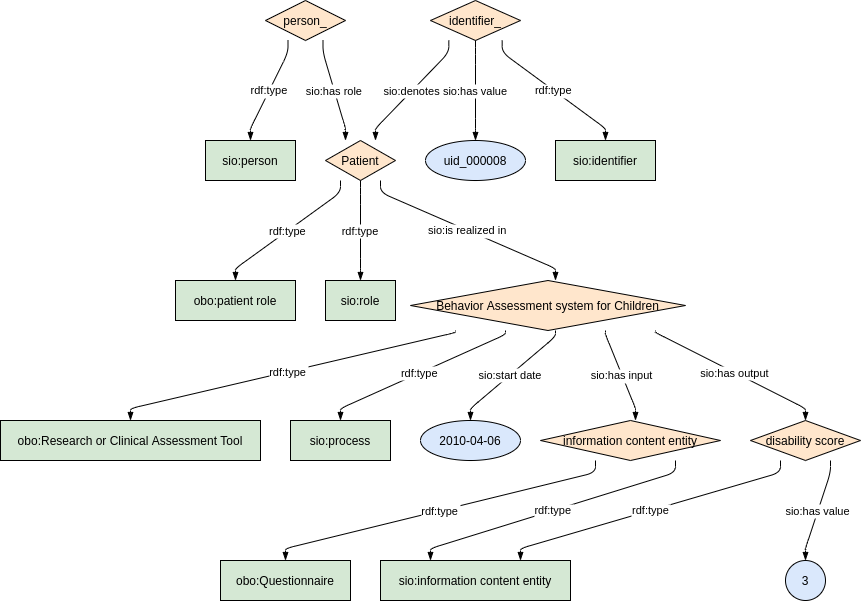
Before: images/rdf/10_Disability.png, a diagram exported from draw.io (ejp-rd-vp/ERN-common-data-elements). Source tidied: cells renumbered, new cells last; positions are measured from the earlier drawing's top-left corner, leaving out a move shared by most shapes.
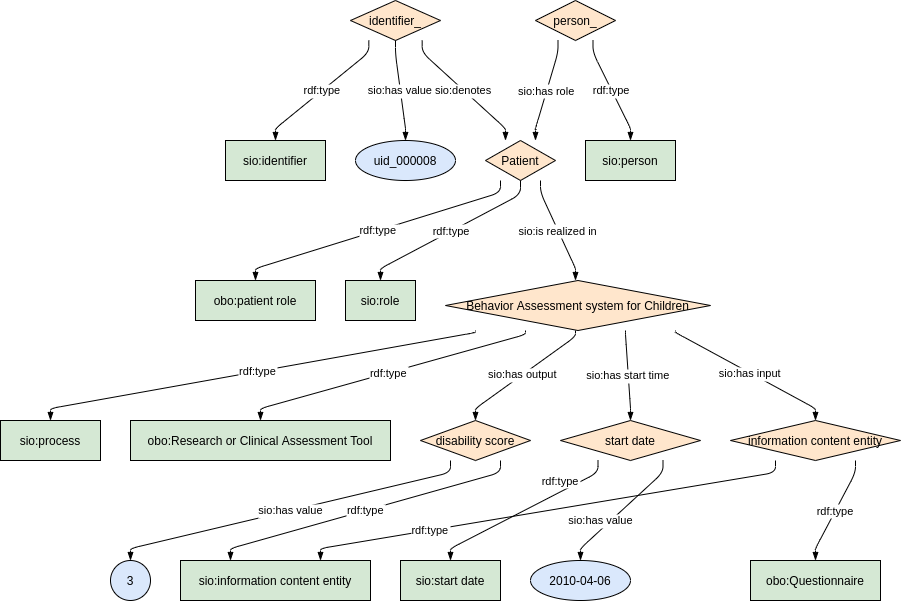
Above is the later version.

Commit message:
New images after date structure revision

Diff of the diagram source:
```diff
@@ -2,226 +2,252 @@
   <root>
     <mxCell id="0" />
     <mxCell id="1" parent="0" />
-    <object id="2" label="%name%" name="Patient" placeholders="1">
-      <mxCell style="shape=rhombus;fillColor=#FFE6CC;strokeColor=#000000;" parent="1" vertex="1">
-        <mxGeometry x="325" y="140" width="70" height="40" as="geometry" />
-      </mxCell>
-    </object>
-    <object id="3" label="%name%" name="disability score" placeholders="1">
-      <mxCell style="shape=rhombus;fillColor=#FFE6CC;strokeColor=#000000;" parent="1" vertex="1">
-        <mxGeometry x="750" y="420" width="110" height="40" as="geometry" />
-      </mxCell>
-    </object>
-    <object id="4" label="%name%" name="3" placeholders="1">
-      <mxCell style="shape=ellipse;fillColor=#DAE8FC;strokeColor=#000000;" parent="1" vertex="1">
-        <mxGeometry x="785" y="560" width="40" height="40" as="geometry" />
-      </mxCell>
-    </object>
-    <object id="5" label="%name%" name="Behavior Assessment system for Children" placeholders="1">
-      <mxCell style="shape=rhombus;fillColor=#FFE6CC;strokeColor=#000000;" parent="1" vertex="1">
-        <mxGeometry x="410" y="280" width="275" height="50" as="geometry" />
-      </mxCell>
-    </object>
-    <object id="6" label="%name%" name="obo:Research or Clinical Assessment Tool" placeholders="1">
-      <mxCell style="shape=rounded;fillColor=#d5e8d4;strokeColor=#000000;" parent="1" vertex="1">
-        <mxGeometry y="420" width="260" height="40" as="geometry" />
-      </mxCell>
-    </object>
-    <object id="7" label="%name%" name="information content entity" placeholders="1">
-      <mxCell style="shape=rhombus;fillColor=#FFE6CC;strokeColor=#000000;" parent="1" vertex="1">
-        <mxGeometry x="540" y="420" width="180" height="40" as="geometry" />
-      </mxCell>
-    </object>
-    <object id="8" label="%name%" name="obo:Questionnaire" placeholders="1">
-      <mxCell style="shape=rounded;fillColor=#d5e8d4;strokeColor=#000000;" parent="1" vertex="1">
-        <mxGeometry x="220" y="560" width="130" height="40" as="geometry" />
-      </mxCell>
-    </object>
-    <object id="9" label="%name%" name="person_" placeholders="1">
-      <mxCell style="shape=rhombus;fillColor=#FFE6CC;strokeColor=#000000;" parent="1" vertex="1">
-        <mxGeometry x="265" width="80" height="40" as="geometry" />
-      </mxCell>
-    </object>
-    <object id="10" label="%name%" name="sio:person" placeholders="1">
-      <mxCell style="shape=rounded;fillColor=#d5e8d4;strokeColor=#000000;" parent="1" vertex="1">
-        <mxGeometry x="205" y="140" width="90" height="40" as="geometry" />
-      </mxCell>
-    </object>
-    <object id="11" label="%name%" name="sio:process" placeholders="1">
-      <mxCell style="shape=rounded;fillColor=#d5e8d4;strokeColor=#000000;" parent="1" vertex="1">
-        <mxGeometry x="290" y="420" width="100" height="40" as="geometry" />
-      </mxCell>
-    </object>
-    <object id="12" label="%name%" name="sio:information content entity" placeholders="1">
-      <mxCell style="shape=rounded;fillColor=#d5e8d4;strokeColor=#000000;" parent="1" vertex="1">
-        <mxGeometry x="380" y="560" width="190" height="40" as="geometry" />
-      </mxCell>
-    </object>
-    <object id="13" label="%name%" name="2010-04-06" placeholders="1">
-      <mxCell style="shape=ellipse;fillColor=#DAE8FC;strokeColor=#000000;" parent="1" vertex="1">
-        <mxGeometry x="420" y="420" width="100" height="40" as="geometry" />
-      </mxCell>
-    </object>
-    <object id="14" label="%name%" name="identifier_" placeholders="1">
-      <mxCell style="shape=rhombus;fillColor=#FFE6CC;strokeColor=#000000;" parent="1" vertex="1">
-        <mxGeometry x="430" width="90" height="40" as="geometry" />
-      </mxCell>
-    </object>
-    <object id="15" label="%name%" name="sio:identifier" placeholders="1">
-      <mxCell style="shape=rounded;fillColor=#d5e8d4;strokeColor=#000000;" parent="1" vertex="1">
-        <mxGeometry x="555" y="140" width="100" height="40" as="geometry" />
-      </mxCell>
-    </object>
-    <object id="16" label="%name%" name="obo:patient role" placeholders="1">
-      <mxCell style="shape=rounded;fillColor=#d5e8d4;strokeColor=#000000;" parent="1" vertex="1">
-        <mxGeometry x="175" y="280" width="120" height="40" as="geometry" />
-      </mxCell>
-    </object>
-    <object id="17" label="%name%" name="uid_000008" placeholders="1">
-      <mxCell style="shape=ellipse;fillColor=#DAE8FC;strokeColor=#000000;" parent="1" vertex="1">
-        <mxGeometry x="425" y="140" width="100" height="40" as="geometry" />
-      </mxCell>
-    </object>
-    <object id="18" label="%name%" name="sio:role" placeholders="1">
-      <mxCell style="shape=rounded;fillColor=#d5e8d4;strokeColor=#000000;" parent="1" vertex="1">
-        <mxGeometry x="325" y="280" width="70" height="40" as="geometry" />
-      </mxCell>
-    </object>
-    <mxCell id="19" value="sio:has value" style="curved=0;endArrow=blockThin;endFill=1;noEdgeStyle=1;orthogonal=1;" parent="1" edge="1" source="3" target="4">
-      <mxGeometry relative="1" as="geometry">
-        <Array as="points">
-          <mxPoint x="830" y="472" />
-          <mxPoint x="805" y="548" />
-        </Array>
-      </mxGeometry>
-    </mxCell>
-    <mxCell id="20" value="sio:has value" style="curved=0;endArrow=blockThin;endFill=1;noEdgeStyle=1;orthogonal=1;" parent="1" edge="1" source="14" target="17">
-      <mxGeometry relative="1" as="geometry">
-        <Array as="points">
-          <mxPoint x="475" y="54" />
-          <mxPoint x="475" y="128" />
-        </Array>
-      </mxGeometry>
-    </mxCell>
-    <mxCell id="21" value="rdf:type" style="curved=0;endArrow=blockThin;endFill=1;noEdgeStyle=1;orthogonal=1;" parent="1" edge="1" source="5" target="6">
-      <mxGeometry relative="1" as="geometry">
-        <Array as="points">
-          <mxPoint x="455" y="332" />
-          <mxPoint x="130" y="408" />
-        </Array>
-      </mxGeometry>
-    </mxCell>
-    <mxCell id="22" value="rdf:type" style="curved=0;endArrow=blockThin;endFill=1;noEdgeStyle=1;orthogonal=1;" parent="1" edge="1" source="7" target="8">
-      <mxGeometry relative="1" as="geometry">
-        <Array as="points">
-          <mxPoint x="595" y="472" />
-          <mxPoint x="285" y="548" />
-        </Array>
-      </mxGeometry>
-    </mxCell>
-    <mxCell id="23" value="rdf:type" style="curved=0;endArrow=blockThin;endFill=1;noEdgeStyle=1;orthogonal=1;" parent="1" edge="1" source="9" target="10">
-      <mxGeometry relative="1" as="geometry">
-        <Array as="points">
-          <mxPoint x="287.5" y="52" />
-          <mxPoint x="250" y="128" />
-        </Array>
-      </mxGeometry>
-    </mxCell>
-    <mxCell id="24" value="rdf:type" style="curved=0;endArrow=blockThin;endFill=1;noEdgeStyle=1;orthogonal=1;" parent="1" edge="1" source="5" target="11">
-      <mxGeometry relative="1" as="geometry">
-        <Array as="points">
-          <mxPoint x="505" y="334" />
-          <mxPoint x="340" y="408" />
-        </Array>
-      </mxGeometry>
-    </mxCell>
-    <mxCell id="25" value="rdf:type" style="curved=0;endArrow=blockThin;endFill=1;noEdgeStyle=1;orthogonal=1;" parent="1" edge="1" source="3" target="12">
-      <mxGeometry relative="1" as="geometry">
-        <Array as="points">
-          <mxPoint x="780" y="472" />
-          <mxPoint x="520" y="548" />
-        </Array>
-      </mxGeometry>
-    </mxCell>
-    <mxCell id="26" value="rdf:type" style="curved=0;endArrow=blockThin;endFill=1;noEdgeStyle=1;orthogonal=1;" parent="1" edge="1" source="7" target="12">
-      <mxGeometry relative="1" as="geometry">
-        <Array as="points">
-          <mxPoint x="675" y="472" />
-          <mxPoint x="430" y="548" />
-        </Array>
-      </mxGeometry>
-    </mxCell>
-    <mxCell id="27" value="rdf:type" style="curved=0;endArrow=blockThin;endFill=1;noEdgeStyle=1;orthogonal=1;" parent="1" edge="1" source="14" target="15">
-      <mxGeometry relative="1" as="geometry">
-        <Array as="points">
-          <mxPoint x="501.7" y="52" />
-          <mxPoint x="605" y="128" />
-        </Array>
-      </mxGeometry>
-    </mxCell>
-    <mxCell id="28" value="rdf:type" style="curved=0;endArrow=blockThin;endFill=1;noEdgeStyle=1;orthogonal=1;" parent="1" edge="1" source="2" target="16">
-      <mxGeometry relative="1" as="geometry">
-        <Array as="points">
-          <mxPoint x="340" y="192" />
-          <mxPoint x="235" y="268" />
-        </Array>
-      </mxGeometry>
-    </mxCell>
-    <mxCell id="29" value="rdf:type" style="curved=0;endArrow=blockThin;endFill=1;noEdgeStyle=1;orthogonal=1;" parent="1" edge="1" source="2" target="18">
-      <mxGeometry relative="1" as="geometry">
-        <Array as="points">
-          <mxPoint x="360" y="194" />
-          <mxPoint x="360" y="268" />
-        </Array>
-      </mxGeometry>
-    </mxCell>
-    <mxCell id="30" value="sio:start date" style="curved=0;endArrow=blockThin;endFill=1;noEdgeStyle=1;orthogonal=1;" parent="1" edge="1" source="5" target="13">
-      <mxGeometry relative="1" as="geometry">
-        <Array as="points">
-          <mxPoint x="555" y="336" />
-          <mxPoint x="470" y="408" />
-        </Array>
-      </mxGeometry>
-    </mxCell>
+    <object id="36" label="%name%" name="Patient" placeholders="1">
+      <mxCell style="shape=rhombus;fillColor=#FFE6CC;strokeColor=#000000;" parent="1" vertex="1">
+        <mxGeometry x="485" y="140" width="70" height="40" as="geometry" />
+      </mxCell>
+    </object>
+    <object id="37" label="%name%" name="obo:patient role" placeholders="1">
+      <mxCell style="shape=rounded;fillColor=#d5e8d4;strokeColor=#000000;" parent="1" vertex="1">
+        <mxGeometry x="195" y="280" width="120" height="40" as="geometry" />
+      </mxCell>
+    </object>
+    <object id="38" label="%name%" name="Behavior Assessment system for Children" placeholders="1">
+      <mxCell style="shape=rhombus;fillColor=#FFE6CC;strokeColor=#000000;" parent="1" vertex="1">
+        <mxGeometry x="445" y="280" width="265" height="50" as="geometry" />
+      </mxCell>
+    </object>
+    <object id="39" label="%name%" name="sio:process" placeholders="1">
+      <mxCell style="shape=rounded;fillColor=#d5e8d4;strokeColor=#000000;" parent="1" vertex="1">
+        <mxGeometry y="420" width="100" height="40" as="geometry" />
+      </mxCell>
+    </object>
+    <object id="40" label="start date" name="disability_startdate_" placeholders="1">
+      <mxCell style="shape=rhombus;fillColor=#FFE6CC;strokeColor=#000000;" parent="1" vertex="1">
+        <mxGeometry x="560" y="420" width="140" height="40" as="geometry" />
+      </mxCell>
+    </object>
+    <object id="41" label="%name%" name="sio:start date" placeholders="1">
+      <mxCell style="shape=rounded;fillColor=#d5e8d4;strokeColor=#000000;" parent="1" vertex="1">
+        <mxGeometry x="400" y="560" width="100" height="40" as="geometry" />
+      </mxCell>
+    </object>
+    <object id="42" label="%name%" name="information content entity" placeholders="1">
+      <mxCell style="shape=rhombus;fillColor=#FFE6CC;strokeColor=#000000;" parent="1" vertex="1">
+        <mxGeometry x="730" y="420" width="170" height="40" as="geometry" />
+      </mxCell>
+    </object>
+    <object id="43" label="%name%" name="sio:information content entity" placeholders="1">
+      <mxCell style="shape=rounded;fillColor=#d5e8d4;strokeColor=#000000;" parent="1" vertex="1">
+        <mxGeometry x="180" y="560" width="190" height="40" as="geometry" />
+      </mxCell>
+    </object>
+    <object id="44" label="%name%" name="disability score" placeholders="1">
+      <mxCell style="shape=rhombus;fillColor=#FFE6CC;strokeColor=#000000;" parent="1" vertex="1">
+        <mxGeometry x="420" y="420" width="110" height="40" as="geometry" />
+      </mxCell>
+    </object>
+    <object id="45" label="%name%" name="obo:Questionnaire" placeholders="1">
+      <mxCell style="shape=rounded;fillColor=#d5e8d4;strokeColor=#000000;" parent="1" vertex="1">
+        <mxGeometry x="750" y="560" width="130" height="40" as="geometry" />
+      </mxCell>
+    </object>
+    <object id="46" label="%name%" name="identifier_" placeholders="1">
+      <mxCell style="shape=rhombus;fillColor=#FFE6CC;strokeColor=#000000;" parent="1" vertex="1">
+        <mxGeometry x="350" width="90" height="40" as="geometry" />
+      </mxCell>
+    </object>
+    <object id="47" label="%name%" name="uid_000008" placeholders="1">
+      <mxCell style="shape=ellipse;fillColor=#DAE8FC;strokeColor=#000000;" parent="1" vertex="1">
+        <mxGeometry x="355" y="140" width="100" height="40" as="geometry" />
+      </mxCell>
+    </object>
+    <object id="48" label="%name%" name="sio:role" placeholders="1">
+      <mxCell style="shape=rounded;fillColor=#d5e8d4;strokeColor=#000000;" parent="1" vertex="1">
+        <mxGeometry x="345" y="280" width="70" height="40" as="geometry" />
+      </mxCell>
+    </object>
+    <object id="49" label="%name%" name="obo:Research or Clinical Assessment Tool" placeholders="1">
+      <mxCell style="shape=rounded;fillColor=#d5e8d4;strokeColor=#000000;" parent="1" vertex="1">
+        <mxGeometry x="130" y="420" width="260" height="40" as="geometry" />
+      </mxCell>
+    </object>
+    <object id="50" label="%name%" name="2010-04-06" placeholders="1">
+      <mxCell style="shape=ellipse;fillColor=#DAE8FC;strokeColor=#000000;" parent="1" vertex="1">
+        <mxGeometry x="530" y="560" width="100" height="40" as="geometry" />
+      </mxCell>
+    </object>
+    <object id="51" label="%name%" name="person_" placeholders="1">
+      <mxCell style="shape=rhombus;fillColor=#FFE6CC;strokeColor=#000000;" parent="1" vertex="1">
+        <mxGeometry x="535" width="80" height="40" as="geometry" />
+      </mxCell>
+    </object>
+    <object id="52" label="%name%" name="sio:person" placeholders="1">
+      <mxCell style="shape=rounded;fillColor=#d5e8d4;strokeColor=#000000;" parent="1" vertex="1">
+        <mxGeometry x="585" y="140" width="90" height="40" as="geometry" />
+      </mxCell>
+    </object>
+    <object id="53" label="%name%" name="sio:identifier" placeholders="1">
+      <mxCell style="shape=rounded;fillColor=#d5e8d4;strokeColor=#000000;" parent="1" vertex="1">
+        <mxGeometry x="225" y="140" width="100" height="40" as="geometry" />
+      </mxCell>
+    </object>
+    <object id="54" label="%name%" name="3" placeholders="1">
+      <mxCell style="shape=ellipse;fillColor=#DAE8FC;strokeColor=#000000;" parent="1" vertex="1">
+        <mxGeometry x="110" y="560" width="40" height="40" as="geometry" />
+      </mxCell>
+    </object>
+    <mxCell id="55" value="rdf:type" style="curved=0;endArrow=blockThin;endFill=1;noEdgeStyle=1;orthogonal=1;" parent="1" edge="1" source="36" target="37">
+      <mxGeometry relative="1" as="geometry">
+        <Array as="points">
+          <mxPoint x="500" y="192" />
+          <mxPoint x="255" y="268" />
+        </Array>
+      </mxGeometry>
+    </mxCell>
+    <mxCell id="56" value="rdf:type" style="curved=0;endArrow=blockThin;endFill=1;noEdgeStyle=1;orthogonal=1;" parent="1" edge="1" source="38" target="39">
+      <mxGeometry relative="1" as="geometry">
+        <Array as="points">
+          <mxPoint x="475" y="332" />
+          <mxPoint x="50" y="408" />
+        </Array>
+      </mxGeometry>
+    </mxCell>
+    <mxCell id="57" value="rdf:type" style="curved=0;endArrow=blockThin;endFill=1;noEdgeStyle=1;orthogonal=1;" parent="1" edge="1" source="40" target="41">
+      <mxGeometry x="-0.48" y="-10" relative="1" as="geometry">
+        <Array as="points">
+          <mxPoint x="597.5" y="472" />
+          <mxPoint x="450" y="548" />
+        </Array>
+      </mxGeometry>
+    </mxCell>
+    <mxCell id="58" value="rdf:type" style="curved=0;endArrow=blockThin;endFill=1;noEdgeStyle=1;orthogonal=1;" parent="1" edge="1" source="42" target="43">
+      <mxGeometry x="0.49" relative="1" as="geometry">
+        <Array as="points">
+          <mxPoint x="775" y="472" />
+          <mxPoint x="320" y="548" />
+        </Array>
+      </mxGeometry>
+    </mxCell>
+    <mxCell id="59" value="rdf:type" style="curved=0;endArrow=blockThin;endFill=1;noEdgeStyle=1;orthogonal=1;" parent="1" edge="1" source="44" target="43">
+      <mxGeometry relative="1" as="geometry">
+        <Array as="points">
+          <mxPoint x="500" y="472" />
+          <mxPoint x="230" y="548" />
+        </Array>
+      </mxGeometry>
+    </mxCell>
+    <mxCell id="60" value="rdf:type" style="curved=0;endArrow=blockThin;endFill=1;noEdgeStyle=1;orthogonal=1;" parent="1" edge="1" source="42" target="45">
+      <mxGeometry relative="1" as="geometry">
+        <Array as="points">
+          <mxPoint x="855" y="472" />
+          <mxPoint x="815" y="548" />
+        </Array>
+      </mxGeometry>
+    </mxCell>
+    <mxCell id="61" value="rdf:type" style="curved=0;endArrow=blockThin;endFill=1;noEdgeStyle=1;orthogonal=1;" parent="1" edge="1" source="36" target="48">
+      <mxGeometry relative="1" as="geometry">
+        <Array as="points">
+          <mxPoint x="520" y="194" />
+          <mxPoint x="380" y="268" />
+        </Array>
+      </mxGeometry>
+    </mxCell>
+    <mxCell id="62" value="rdf:type" style="curved=0;endArrow=blockThin;endFill=1;noEdgeStyle=1;orthogonal=1;" parent="1" edge="1" source="38" target="49">
+      <mxGeometry relative="1" as="geometry">
+        <Array as="points">
+          <mxPoint x="525" y="334" />
+          <mxPoint x="260" y="408" />
+        </Array>
+      </mxGeometry>
+    </mxCell>
+    <mxCell id="63" value="rdf:type" style="curved=0;endArrow=blockThin;endFill=1;noEdgeStyle=1;orthogonal=1;" parent="1" edge="1" source="51" target="52">
+      <mxGeometry relative="1" as="geometry">
+        <Array as="points">
+          <mxPoint x="592.5" y="52" />
+          <mxPoint x="630" y="128" />
+        </Array>
+      </mxGeometry>
+    </mxCell>
+    <mxCell id="64" value="rdf:type" style="curved=0;endArrow=blockThin;endFill=1;noEdgeStyle=1;orthogonal=1;" parent="1" edge="1" source="46" target="53">
+      <mxGeometry relative="1" as="geometry">
+        <Array as="points">
+          <mxPoint x="368.3" y="52" />
+          <mxPoint x="275" y="128" />
+        </Array>
+      </mxGeometry>
+    </mxCell>
+    <mxCell id="33" value="sio:has output" style="curved=0;endArrow=blockThin;endFill=1;noEdgeStyle=1;orthogonal=1;" parent="1" edge="1" source="38" target="44">
+      <mxGeometry relative="1" as="geometry">
+        <Array as="points">
+          <mxPoint x="575" y="336" />
+          <mxPoint x="475" y="408" />
+        </Array>
+      </mxGeometry>
+    </mxCell>
+    <mxCell id="65" value="sio:has value" style="curved=0;endArrow=blockThin;endFill=1;noEdgeStyle=1;orthogonal=1;" parent="1" edge="1" source="46" target="47">
+      <mxGeometry relative="1" as="geometry">
+        <Array as="points">
+          <mxPoint x="395" y="54" />
+          <mxPoint x="405" y="128" />
+        </Array>
+      </mxGeometry>
+    </mxCell>
+    <mxCell id="66" value="sio:has value" style="curved=0;endArrow=blockThin;endFill=1;noEdgeStyle=1;orthogonal=1;" parent="1" edge="1" source="40" target="50">
+      <mxGeometry x="0.33" y="-7" relative="1" as="geometry">
+        <Array as="points">
+          <mxPoint x="662.5" y="472" />
+          <mxPoint x="580" y="548" />
+        </Array>
+      </mxGeometry>
+    </mxCell>
+    <mxCell id="67" value="sio:has value" style="curved=0;endArrow=blockThin;endFill=1;noEdgeStyle=1;orthogonal=1;" parent="1" edge="1" source="44" target="54">
+      <mxGeometry relative="1" as="geometry">
+        <Array as="points">
+          <mxPoint x="450" y="472" />
+          <mxPoint x="130" y="548" />
+        </Array>
+      </mxGeometry>
+    </mxCell>
+    <mxCell id="68" value="sio:has start time" style="curved=0;endArrow=blockThin;endFill=1;noEdgeStyle=1;orthogonal=1;" parent="1" edge="1" source="38" target="40">
+      <mxGeometry relative="1" as="geometry">
+        <Array as="points">
+          <mxPoint x="625" y="334" />
+          <mxPoint x="630" y="408" />
+        </Array>
+      </mxGeometry>
+    </mxCell>
+    <mxCell id="35" value="sio:denotes" style="curved=0;endArrow=blockThin;endFill=1;noEdgeStyle=1;orthogonal=1;" parent="1" edge="1" source="46" target="36">
+      <mxGeometry relative="1" as="geometry">
+        <Array as="points">
+          <mxPoint x="421.7" y="52" />
+          <mxPoint x="505" y="128" />
+        </Array>
+      </mxGeometry>
+    </mxCell>
+    <mxCell id="34" value="sio:is realized in" style="curved=0;endArrow=blockThin;endFill=1;noEdgeStyle=1;orthogonal=1;" parent="1" edge="1" source="36" target="38">
+      <mxGeometry relative="1" as="geometry">
+        <Array as="points">
+          <mxPoint x="540" y="192" />
+          <mxPoint x="575" y="268" />
+        </Array>
+      </mxGeometry>
+    </mxCell>
+    <mxCell id="32" value="sio:has input" style="curved=0;endArrow=blockThin;endFill=1;noEdgeStyle=1;orthogonal=1;" parent="1" edge="1" source="38" target="42">
+      <mxGeometry relative="1" as="geometry">
+        <Array as="points">
+          <mxPoint x="675" y="332" />
+          <mxPoint x="815" y="408" />
+        </Array>
+      </mxGeometry>
+    </mxCell>
-    <mxCell id="31" value="sio:has role" style="curved=0;endArrow=blockThin;endFill=1;noEdgeStyle=1;orthogonal=1;" parent="1" edge="1" source="9" target="2">
+    <mxCell id="31" value="sio:has role" style="curved=0;endArrow=blockThin;endFill=1;noEdgeStyle=1;orthogonal=1;" parent="1" edge="1" source="51" target="36">
       <mxGeometry relative="1" as="geometry">
         <Array as="points">
-          <mxPoint x="322.5" y="52" />
-          <mxPoint x="345" y="128" />
+          <mxPoint x="557.5" y="52" />
+          <mxPoint x="535" y="128" />
         </Array>
       </mxGeometry>
     </mxCell>
-    <mxCell id="32" value="sio:has input" style="curved=0;endArrow=blockThin;endFill=1;noEdgeStyle=1;orthogonal=1;" parent="1" edge="1" source="5" target="7">
-      <mxGeometry relative="1" as="geometry">
-        <Array as="points">
-          <mxPoint x="605" y="334" />
-          <mxPoint x="635" y="408" />
-        </Array>
-      </mxGeometry>
-    </mxCell>
-    <mxCell id="33" value="sio:has output" style="curved=0;endArrow=blockThin;endFill=1;noEdgeStyle=1;orthogonal=1;" parent="1" edge="1" source="5" target="3">
-      <mxGeometry relative="1" as="geometry">
-        <Array as="points">
-          <mxPoint x="655" y="332" />
-          <mxPoint x="805" y="408" />
-        </Array>
-      </mxGeometry>
-    </mxCell>
-    <mxCell id="34" value="sio:is realized in" style="curved=0;endArrow=blockThin;endFill=1;noEdgeStyle=1;orthogonal=1;" parent="1" edge="1" source="2" target="5">
-      <mxGeometry relative="1" as="geometry">
-        <Array as="points">
-          <mxPoint x="380" y="192" />
-          <mxPoint x="555" y="268" />
-        </Array>
-      </mxGeometry>
-    </mxCell>
-    <mxCell id="35" value="sio:denotes" style="curved=0;endArrow=blockThin;endFill=1;noEdgeStyle=1;orthogonal=1;" parent="1" edge="1" source="14" target="2">
-      <mxGeometry relative="1" as="geometry">
-        <Array as="points">
-          <mxPoint x="448.3" y="52" />
-          <mxPoint x="375" y="128" />
-        </Array>
-      </mxGeometry>
-    </mxCell>
   </root>
 </mxGraphModel>
```
